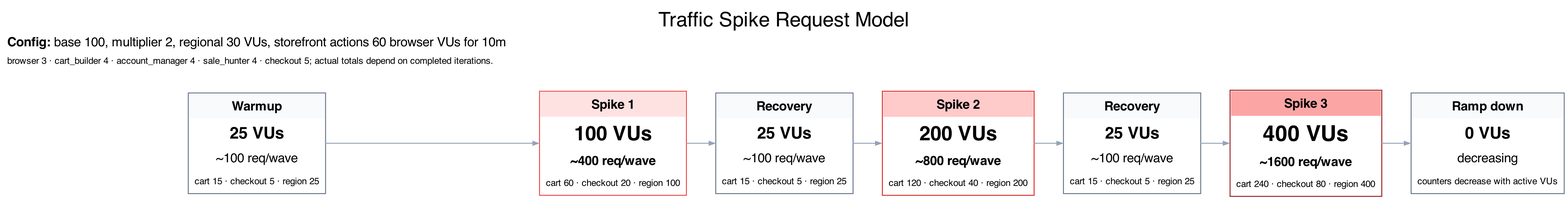
orenlion1/ensemble-retail keeps this Graphviz diagram as docs/graphviz/traffic-spike-request-cards.png. Above is the earlier version. Its source is kept beside it as docs/graphviz/traffic-spike-request-cards.dot.
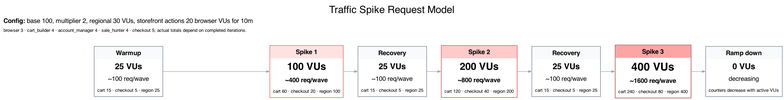
After the commit.

Diff of the diagram source:
```diff
@@ -25,7 +25,7 @@
     <TABLE BORDER="1" CELLBORDER="0" CELLSPACING="0" CELLPADDING="6" COLOR="#64748b"><TR><TD BGCOLOR="#f8fafc"><B>Ramp down</B></TD></TR><TR><TD><FONT POINT-SIZE="18"><B>0 VUs</B></FONT></TD></TR><TR><TD>decreasing</TD></TR><TR><TD><FONT POINT-SIZE="10">counters decrease with active VUs</FONT></TD></TR></TABLE>
   >];
   legend [label=<
-    <TABLE BORDER="0" CELLBORDER="0" CELLSPACING="0" CELLPADDING="4"><TR><TD ALIGN="LEFT"><B>Config:</B> base 100, multiplier 2, regional 30 VUs, storefront actions 60 browser VUs for 10m</TD></TR><TR><TD ALIGN="LEFT"><FONT POINT-SIZE="10">browser 3 · cart_builder 4 · account_manager 4 · sale_hunter 4 · checkout 5; actual totals depend on completed iterations.</FONT></TD></TR></TABLE>
+    <TABLE BORDER="0" CELLBORDER="0" CELLSPACING="0" CELLPADDING="4"><TR><TD ALIGN="LEFT"><B>Config:</B> base 100, multiplier 2, regional 30 VUs, storefront actions 20 browser VUs for 10m</TD></TR><TR><TD ALIGN="LEFT"><FONT POINT-SIZE="10">browser 3 · cart_builder 4 · account_manager 4 · sale_hunter 4 · checkout 5; actual totals depend on completed iterations.</FONT></TD></TR></TABLE>
   >];
 
   warmup -> spike1 -> recovery1 -> spike2 -> recovery2 -> spike3 -> rampdown;
```
